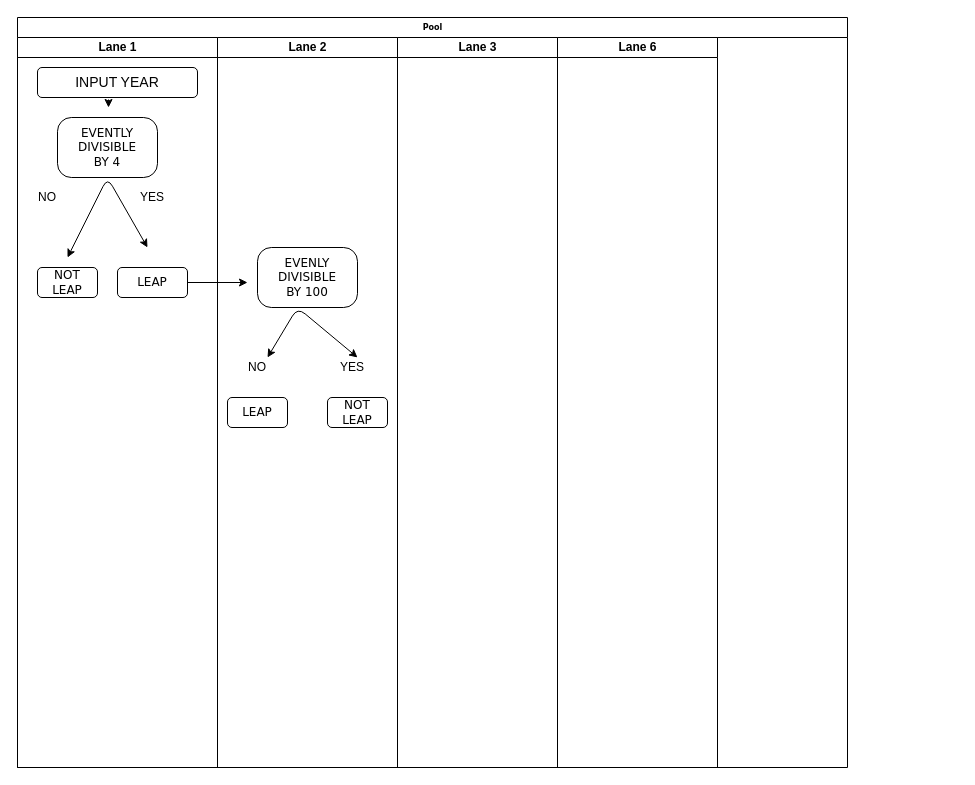
This is Untitled Diagram.drawio from aricaldoni/leap_year, a draw.io file, before an edit. Source tidied: cells renumbered, new cells numbered last; positions are measured from the earlier drawing's top-left corner, leaving out a move shared by most shapes. Both pictures are drawn from the tidied source at 100%, with x=0, y=0 at pixel (17, 17).
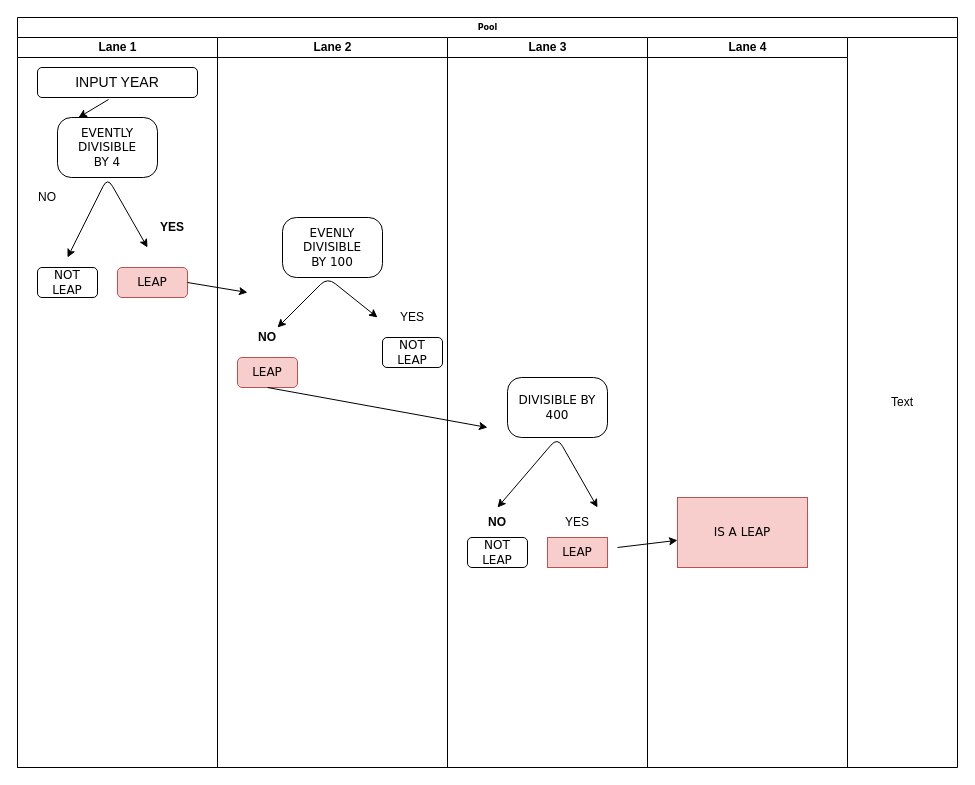
After the change.

The change refers to these unchanged cells:
```xml
<mxCell id="3" value="Lane 1" style="swimlane;html=1;startSize=20;" parent="2" vertex="1">
  <mxGeometry y="20" width="200" height="730" as="geometry" />
</mxCell>
<mxCell id="7" value="&lt;font style=&quot;font-size: 14px&quot;&gt;INPUT YEAR&lt;/font&gt;" style="rounded=1;whiteSpace=wrap;html=1;" parent="3" vertex="1">
  <mxGeometry x="20" y="30" width="160" height="30" as="geometry" />
</mxCell>
```

Change to the diagram source:
```diff
@@
     <mxCell id="2" value="Pool" style="swimlane;html=1;startSize=20;rounded=0;shadow=0;labelBackgroundColor=none;strokeWidth=1;fontFamily=Verdana;fontSize=8;align=center;" parent="1" vertex="1">
-      <mxGeometry width="830" height="750" as="geometry" />
+      <mxGeometry width="940" height="750" as="geometry" />
     </mxCell>
@@
-    <mxCell id="9" value="YES" style="text;html=1;strokeColor=none;fillColor=none;align=center;verticalAlign=middle;whiteSpace=wrap;rounded=0;" parent="3" vertex="1">
-      <mxGeometry x="90" y="150" width="90" height="20" as="geometry" />
+    <mxCell id="9" value="YES" style="text;html=1;strokeColor=none;fillColor=none;align=center;verticalAlign=middle;whiteSpace=wrap;rounded=0;fontStyle=1;" parent="3" vertex="1">
+      <mxGeometry x="110" y="180" width="90" height="20" as="geometry" />
     </mxCell>
-    <mxCell id="10" value="&lt;span style=&quot;font-size: 12px&quot;&gt;LEAP&lt;/span&gt;" style="rounded=1;whiteSpace=wrap;html=1;shadow=0;labelBackgroundColor=none;strokeWidth=1;fontFamily=Verdana;fontSize=8;align=center;" parent="3" vertex="1">
+    <mxCell id="10" value="&lt;span style=&quot;font-size: 12px&quot;&gt;LEAP&lt;/span&gt;" style="rounded=1;whiteSpace=wrap;html=1;shadow=0;labelBackgroundColor=none;strokeWidth=1;fontFamily=Verdana;fontSize=8;align=center;fillColor=#f8cecc;strokeColor=#b85450;" parent="3" vertex="1">
       <mxGeometry x="100" y="230" width="70" height="30" as="geometry" />
     </mxCell>
     <mxCell id="11" style="endArrow=classic;startArrow=classic;html=1;" parent="3" edge="1">
       <mxGeometry relative="1" as="geometry">
-        <mxPoint x="340" y="320" as="sourcePoint" />
-        <mxPoint x="250" y="320" as="targetPoint" />
+        <mxPoint x="360" y="280" as="sourcePoint" />
+        <mxPoint x="260" y="290" as="targetPoint" />
         <Array as="points">
-          <mxPoint x="280" y="270" />
+          <mxPoint x="310" y="240" />
         </Array>
       </mxGeometry>
     </mxCell>
     <mxCell id="12" value="Lane 2" style="swimlane;html=1;startSize=20;" parent="2" vertex="1">
-      <mxGeometry x="200" y="20" width="180" height="730" as="geometry" />
+      <mxGeometry x="200" y="20" width="230" height="730" as="geometry" />
     </mxCell>
     <mxCell id="13" value="&lt;span style=&quot;font-size: 12px&quot;&gt;EVENLY DIVISIBLE&lt;br&gt;BY 100&lt;br&gt;&lt;/span&gt;" style="rounded=1;whiteSpace=wrap;html=1;shadow=0;labelBackgroundColor=none;strokeWidth=1;fontFamily=Verdana;fontSize=8;align=center;arcSize=23;" parent="12" vertex="1">
-      <mxGeometry x="40" y="210" width="100" height="60" as="geometry" />
+      <mxGeometry x="65" y="180" width="100" height="60" as="geometry" />
     </mxCell>
     <mxCell id="14" value="YES" style="text;html=1;strokeColor=none;fillColor=none;align=center;verticalAlign=middle;whiteSpace=wrap;rounded=0;" parent="12" vertex="1">
-      <mxGeometry x="90" y="320" width="90" height="20" as="geometry" />
+      <mxGeometry x="150" y="270" width="90" height="20" as="geometry" />
     </mxCell>
-    <mxCell id="15" value="&lt;span style=&quot;font-size: 12px&quot;&gt;LEAP&lt;/span&gt;" style="rounded=1;whiteSpace=wrap;html=1;shadow=0;labelBackgroundColor=none;strokeWidth=1;fontFamily=Verdana;fontSize=8;align=center;" parent="12" vertex="1">
-      <mxGeometry x="10" y="360" width="60" height="30" as="geometry" />
+    <mxCell id="15" value="&lt;span style=&quot;font-size: 12px&quot;&gt;LEAP&lt;/span&gt;" style="rounded=1;whiteSpace=wrap;html=1;shadow=0;labelBackgroundColor=none;strokeWidth=1;fontFamily=Verdana;fontSize=8;align=center;fillColor=#f8cecc;strokeColor=#b85450;" parent="12" vertex="1">
+      <mxGeometry x="20" y="320" width="60" height="30" as="geometry" />
     </mxCell>
-    <mxCell id="16" value="NO" style="text;html=1;strokeColor=none;fillColor=none;align=center;verticalAlign=middle;whiteSpace=wrap;rounded=0;" parent="12" vertex="1">
-      <mxGeometry x="20" y="320" width="40" height="20" as="geometry" />
+    <mxCell id="16" value="NO" style="text;html=1;strokeColor=none;fillColor=none;align=center;verticalAlign=middle;whiteSpace=wrap;rounded=0;fontStyle=1;" parent="12" vertex="1">
+      <mxGeometry x="30" y="290" width="40" height="20" as="geometry" />
     </mxCell>
     <mxCell id="17" value="&lt;span style=&quot;font-size: 12px&quot;&gt;NOT LEAP&lt;/span&gt;" style="rounded=1;whiteSpace=wrap;html=1;shadow=0;labelBackgroundColor=none;strokeWidth=1;fontFamily=Verdana;fontSize=8;align=center;" parent="12" vertex="1">
-      <mxGeometry x="110" y="360" width="60" height="30" as="geometry" />
+      <mxGeometry x="165" y="300" width="60" height="30" as="geometry" />
     </mxCell>
     <mxCell id="18" value="Lane 3" style="swimlane;html=1;startSize=20;" parent="2" vertex="1">
-      <mxGeometry x="380" y="20" width="160" height="730" as="geometry" />
+      <mxGeometry x="430" y="20" width="200" height="730" as="geometry" />
     </mxCell>
-    <mxCell id="19" value="Lane 6" style="swimlane;html=1;startSize=20;" parent="2" vertex="1">
-      <mxGeometry x="540" y="20" width="160" height="730" as="geometry" />
-    </mxCell>
+    <mxCell id="22" style="endArrow=classic;startArrow=classic;html=1;" parent="18" edge="1">
+      <mxGeometry relative="1" as="geometry">
+        <mxPoint x="150" y="470" as="sourcePoint" />
+        <mxPoint x="50" y="470" as="targetPoint" />
+        <Array as="points">
+          <mxPoint x="110" y="400" />
+        </Array>
+      </mxGeometry>
+    </mxCell>
+    <mxCell id="23" value="&lt;span style=&quot;font-size: 12px&quot;&gt;DIVISIBLE BY 400&lt;br&gt;&lt;/span&gt;" style="rounded=1;whiteSpace=wrap;html=1;shadow=0;labelBackgroundColor=none;strokeWidth=1;fontFamily=Verdana;fontSize=8;align=center;arcSize=23;" parent="18" vertex="1">
+      <mxGeometry x="60" y="340" width="100" height="60" as="geometry" />
+    </mxCell>
+    <mxCell id="24" value="NO" style="text;html=1;strokeColor=none;fillColor=none;align=center;verticalAlign=middle;whiteSpace=wrap;rounded=0;fontStyle=1;" parent="18" vertex="1">
+      <mxGeometry x="30" y="475" width="40" height="20" as="geometry" />
+    </mxCell>
+    <mxCell id="25" value="&lt;span style=&quot;font-size: 12px&quot;&gt;NOT LEAP&lt;/span&gt;" style="rounded=1;whiteSpace=wrap;html=1;shadow=0;labelBackgroundColor=none;strokeWidth=1;fontFamily=Verdana;fontSize=8;align=center;" parent="18" vertex="1">
+      <mxGeometry x="20" y="500" width="60" height="30" as="geometry" />
+    </mxCell>
+    <mxCell id="26" value="&lt;span style=&quot;font-size: 12px&quot;&gt;LEAP&lt;/span&gt;" style="rounded=1;whiteSpace=wrap;html=1;shadow=0;labelBackgroundColor=none;strokeWidth=1;fontFamily=Verdana;fontSize=8;align=center;fillColor=#f8cecc;strokeColor=#b85450;arcSize=0;" parent="18" vertex="1">
+      <mxGeometry x="100" y="500" width="60" height="30" as="geometry" />
+    </mxCell>
+    <mxCell id="27" value="YES" style="text;html=1;strokeColor=none;fillColor=none;align=center;verticalAlign=middle;whiteSpace=wrap;rounded=0;" parent="18" vertex="1">
+      <mxGeometry x="85" y="475" width="90" height="20" as="geometry" />
+    </mxCell>
+    <mxCell id="28" value="Lane 4" style="swimlane;html=1;startSize=20;" parent="2" vertex="1">
+      <mxGeometry x="630" y="20" width="200" height="730" as="geometry" />
+    </mxCell>
+    <mxCell id="29" value="&lt;span style=&quot;font-size: 12px&quot;&gt;IS A LEAP&lt;/span&gt;" style="rounded=1;whiteSpace=wrap;html=1;shadow=0;labelBackgroundColor=none;strokeWidth=1;fontFamily=Verdana;fontSize=8;align=center;fillColor=#f8cecc;strokeColor=#b85450;arcSize=0;" parent="28" vertex="1">
+      <mxGeometry x="30" y="460" width="130" height="70" as="geometry" />
+    </mxCell>
+    <mxCell id="30" value="Text" style="text;html=1;strokeColor=none;fillColor=none;align=center;verticalAlign=middle;whiteSpace=wrap;rounded=0;" parent="2" vertex="1">
+      <mxGeometry x="830" y="20" width="110" height="730" as="geometry" />
+    </mxCell>
     <mxCell id="20" style="endArrow=classic;html=1;exitX=0.444;exitY=1.067;exitDx=0;exitDy=0;exitPerimeter=0;" parent="1" edge="1" source="7">
       <mxGeometry relative="1" as="geometry">
-        <mxPoint x="91" y="90" as="targetPoint" />
+        <mxPoint x="61" y="100" as="targetPoint" />
       </mxGeometry>
     </mxCell>
     <mxCell id="21" style="endArrow=classic;html=1;exitX=1;exitY=0.5;exitDx=0;exitDy=0;" parent="1" edge="1" source="10">
       <mxGeometry relative="1" as="geometry">
-        <mxPoint x="230" y="265" as="targetPoint" />
+        <mxPoint x="230" y="275" as="targetPoint" />
       </mxGeometry>
     </mxCell>
+    <mxCell id="31" style="endArrow=classic;html=1;exitX=0.5;exitY=1;exitDx=0;exitDy=0;" parent="1" edge="1" source="15">
+      <mxGeometry relative="1" as="geometry">
+        <mxPoint x="470" y="410" as="targetPoint" />
+      </mxGeometry>
+    </mxCell>
+    <mxCell id="32" style="endArrow=classic;html=1;" parent="1" edge="1" target="29">
+      <mxGeometry relative="1" as="geometry">
+        <mxPoint x="600" y="530" as="sourcePoint" />
+      </mxGeometry>
+    </mxCell>
```
